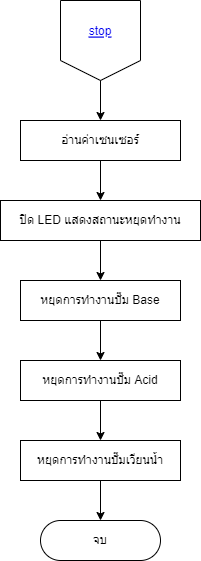
thestampr/pHConditioner keeps this draw.io diagram as flowcharts/stop.png. Above is the earlier version. Source tidied: cells renumbered, new cells last; positions are measured from the earlier drawing's top-left corner, leaving out a move shared by most shapes.
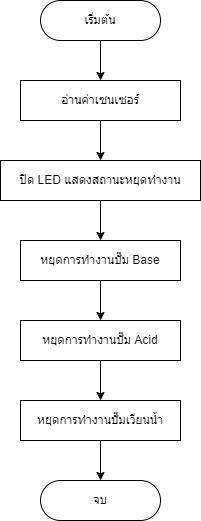
The same diagram one commit later.

Change to the diagram source:
```diff
@@ -34,47 +34,14 @@
     <mxCell id="11" value="จบ" style="rounded=1;whiteSpace=wrap;html=1;fontSize=12;glass=0;strokeWidth=1;shadow=0;arcSize=50;fillColor=none;strokeColor=#000000;fontColor=#000000;" parent="1" vertex="1">
       <mxGeometry x="40" y="520" width="120" height="40" as="geometry" />
     </mxCell>
-    <mxCell id="12" style="group;rounded=0;labelBackgroundColor=none;comic=0;strokeColor=none;fontColor=#000000;fillColor=none;" parent="1" vertex="1">
-      <mxGeometry x="60" width="80" height="80" as="geometry" />
-    </mxCell>
-    <mxCell id="13" style="edgeStyle=none;orthogonalLoop=1;jettySize=auto;html=1;strokeColor=#000000;fontColor=#000000;endArrow=none;endFill=0;" parent="12" edge="1">
-      <mxGeometry relative="1" as="geometry">
-        <mxPoint as="sourcePoint" />
-        <mxPoint x="80" as="targetPoint" />
-      </mxGeometry>
-    </mxCell>
-    <mxCell id="14" style="edgeStyle=none;orthogonalLoop=1;jettySize=auto;html=1;strokeColor=#000000;fontColor=#000000;endArrow=none;endFill=0;" parent="12" edge="1">
-      <mxGeometry relative="1" as="geometry">
-        <mxPoint x="80" as="sourcePoint" />
-        <mxPoint x="80" y="60" as="targetPoint" />
-      </mxGeometry>
-    </mxCell>
-    <mxCell id="15" style="edgeStyle=none;orthogonalLoop=1;jettySize=auto;html=1;strokeColor=#000000;fontColor=#000000;endArrow=none;endFill=0;" parent="12" edge="1">
-      <mxGeometry relative="1" as="geometry">
-        <mxPoint as="sourcePoint" />
-        <mxPoint y="60" as="targetPoint" />
-      </mxGeometry>
-    </mxCell>
-    <mxCell id="16" style="edgeStyle=none;orthogonalLoop=1;jettySize=auto;html=1;strokeColor=#000000;fontColor=#000000;endArrow=none;endFill=0;" parent="12" edge="1">
-      <mxGeometry relative="1" as="geometry">
-        <mxPoint y="60" as="sourcePoint" />
-        <mxPoint x="40" y="80" as="targetPoint" />
-      </mxGeometry>
-    </mxCell>
-    <mxCell id="17" style="edgeStyle=none;orthogonalLoop=1;jettySize=auto;html=1;strokeColor=#000000;fontColor=#000000;endArrow=none;endFill=0;" parent="12" edge="1">
-      <mxGeometry relative="1" as="geometry">
-        <mxPoint x="80" y="60" as="sourcePoint" />
-        <mxPoint x="40" y="80" as="targetPoint" />
-      </mxGeometry>
-    </mxCell>
-    <mxCell id="18" value="stop" style="fontColor=#0000EE;fontStyle=4;rounded=1;overflow=hidden;spacing=10;labelBackgroundColor=none;comic=0;strokeColor=none;fillColor=none;" parent="12" vertex="1">
-      <mxGeometry x="5" y="10" width="70" height="40" as="geometry" />
-    </mxCell>
     <mxCell id="19" style="edgeStyle=none;html=1;strokeColor=#000000;strokeWidth=1;" parent="1" edge="1" source="20" target="10">
       <mxGeometry relative="1" as="geometry" />
     </mxCell>
     <mxCell id="20" value="อ่านค่าเซนเซอร์" style="whiteSpace=wrap;html=1;rounded=0;labelBackgroundColor=none;comic=0;strokeColor=#000000;fontColor=#000000;fillColor=none;" parent="1" vertex="1">
       <mxGeometry x="20" y="120" width="160" height="40" as="geometry" />
     </mxCell>
+    <mxCell id="21" value="เริ่มต้น" style="rounded=1;whiteSpace=wrap;html=1;fontSize=12;glass=0;strokeWidth=1;shadow=0;arcSize=50;fillColor=none;strokeColor=#000000;fontColor=#000000;" parent="1" vertex="1">
+      <mxGeometry x="40" y="40" width="120" height="40" as="geometry" />
+    </mxCell>
   </root>
 </mxGraphModel>
```
